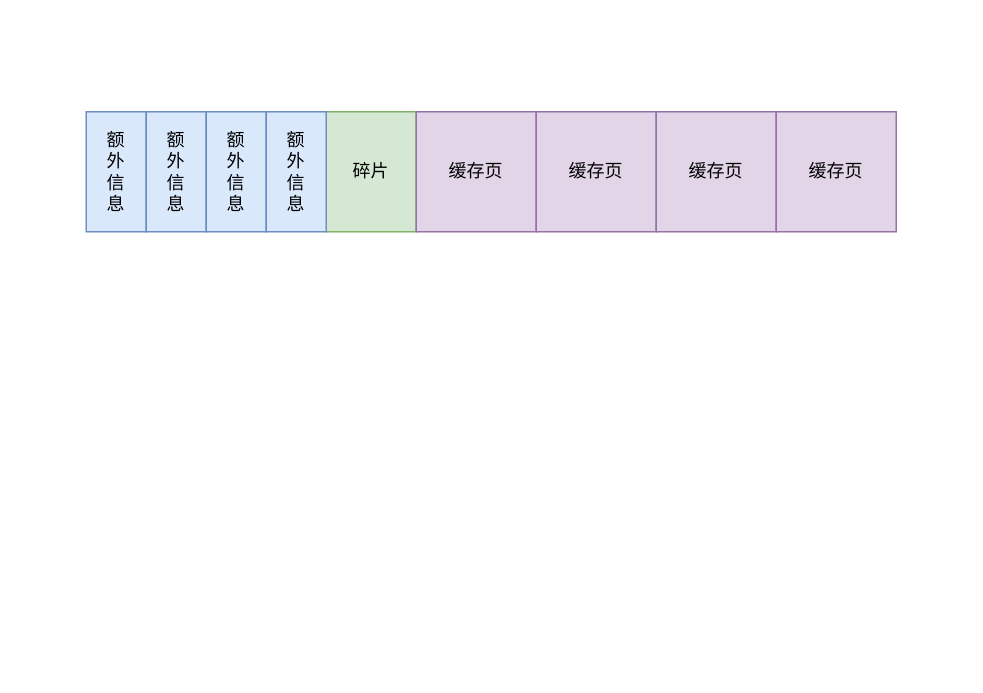
Earlier version of the draw.io diagram InnoDB 的 Buffer Pool/InnoDB 的 Buffer Pool.drawio (zero-97/picture-of-the-article). Source tidied: cells renumbered, new cells numbered last; positions are measured from the earlier drawing's top-left corner, leaving out a move shared by most shapes. Both pictures are drawn from the tidied source at 150%, with x=0, y=0 at pixel (86, 111).
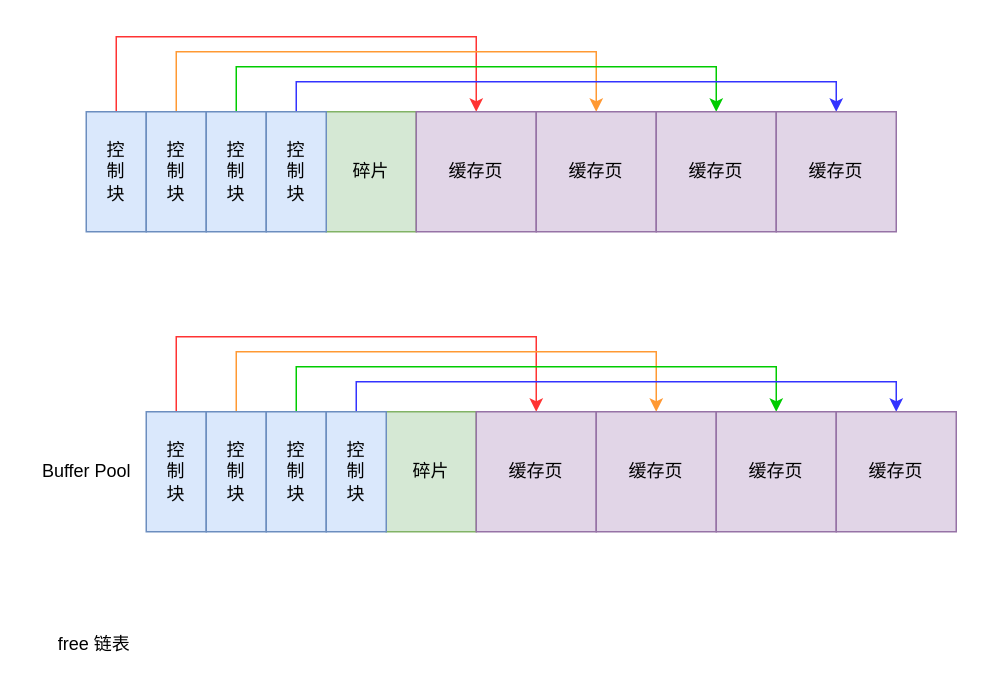
The same page after the edit.

Unchanged cells that the change refers to:
```xml
<mxCell id="7" value="缓存页" style="rounded=0;whiteSpace=wrap;html=1;fillColor=#e1d5e7;strokeColor=#9673a6;" parent="1" vertex="1">
  <mxGeometry x="220" width="80" height="80" as="geometry" />
</mxCell>
<mxCell id="8" value="缓存页" style="rounded=0;whiteSpace=wrap;html=1;fillColor=#e1d5e7;strokeColor=#9673a6;" parent="1" vertex="1">
  <mxGeometry x="300" width="80" height="80" as="geometry" />
</mxCell>
<mxCell id="9" value="缓存页" style="rounded=0;whiteSpace=wrap;html=1;fillColor=#e1d5e7;strokeColor=#9673a6;" parent="1" vertex="1">
  <mxGeometry x="380" width="80" height="80" as="geometry" />
</mxCell>
<mxCell id="10" value="缓存页" style="rounded=0;whiteSpace=wrap;html=1;fillColor=#e1d5e7;strokeColor=#9673a6;" parent="1" vertex="1">
  <mxGeometry x="460" width="80" height="80" as="geometry" />
</mxCell>
```

Change to the diagram source:
```diff
@@
+    <mxCell id="11" style="edgeStyle=orthogonalEdgeStyle;rounded=0;jettySize=auto;html=1;entryX=0.5;entryY=0;entryDx=0;entryDy=0;strokeColor=#FF3333;" parent="1" edge="1" source="2" target="7">
+      <mxGeometry relative="1" as="geometry">
+        <Array as="points">
+          <mxPoint x="20" y="-50" />
+          <mxPoint x="260" y="-50" />
+        </Array>
+      </mxGeometry>
+    </mxCell>
-    <mxCell id="2" value="额&lt;br&gt;外&lt;br&gt;信&lt;br&gt;息" style="rounded=0;whiteSpace=wrap;html=1;fillColor=#dae8fc;strokeColor=#6c8ebf;" parent="1" vertex="1">
+    <mxCell id="2" value="控&lt;br&gt;制&lt;br&gt;块" style="rounded=0;whiteSpace=wrap;html=1;fillColor=#dae8fc;strokeColor=#6c8ebf;" parent="1" vertex="1">
       <mxGeometry width="40" height="80" as="geometry" />
     </mxCell>
+    <mxCell id="12" style="edgeStyle=orthogonalEdgeStyle;rounded=0;jettySize=auto;html=1;entryX=0.5;entryY=0;entryDx=0;entryDy=0;strokeColor=#FF9933;" parent="1" edge="1" source="3" target="8">
+      <mxGeometry relative="1" as="geometry">
+        <Array as="points">
+          <mxPoint x="60" y="-40" />
+          <mxPoint x="340" y="-40" />
+        </Array>
+      </mxGeometry>
+    </mxCell>
-    <mxCell id="3" value="额&lt;br&gt;外&lt;br&gt;信&lt;br&gt;息" style="rounded=0;whiteSpace=wrap;html=1;fillColor=#dae8fc;strokeColor=#6c8ebf;" parent="1" vertex="1">
+    <mxCell id="3" value="控&lt;br&gt;制&lt;br&gt;块" style="rounded=0;whiteSpace=wrap;html=1;fillColor=#dae8fc;strokeColor=#6c8ebf;" parent="1" vertex="1">
       <mxGeometry x="40" width="40" height="80" as="geometry" />
     </mxCell>
+    <mxCell id="13" style="edgeStyle=orthogonalEdgeStyle;rounded=0;jettySize=auto;html=1;entryX=0.5;entryY=0;entryDx=0;entryDy=0;strokeColor=#00CC00;" parent="1" edge="1" source="4" target="9">
+      <mxGeometry relative="1" as="geometry">
+        <Array as="points">
+          <mxPoint x="100" y="-30" />
+          <mxPoint x="420" y="-30" />
+        </Array>
+      </mxGeometry>
+    </mxCell>
-    <mxCell id="4" value="额&lt;br&gt;外&lt;br&gt;信&lt;br&gt;息" style="rounded=0;whiteSpace=wrap;html=1;fillColor=#dae8fc;strokeColor=#6c8ebf;" parent="1" vertex="1">
+    <mxCell id="4" value="控&lt;br&gt;制&lt;br&gt;块" style="rounded=0;whiteSpace=wrap;html=1;fillColor=#dae8fc;strokeColor=#6c8ebf;" parent="1" vertex="1">
       <mxGeometry x="80" width="40" height="80" as="geometry" />
     </mxCell>
@@
+    <mxCell id="14" style="edgeStyle=orthogonalEdgeStyle;rounded=0;jettySize=auto;html=1;entryX=0.5;entryY=0;entryDx=0;entryDy=0;strokeColor=#3333FF;" parent="1" edge="1" source="6" target="10">
+      <mxGeometry relative="1" as="geometry">
+        <Array as="points">
+          <mxPoint x="140" y="-20" />
+          <mxPoint x="500" y="-20" />
+        </Array>
+      </mxGeometry>
+    </mxCell>
-    <mxCell id="6" value="额&lt;br&gt;外&lt;br&gt;信&lt;br&gt;息" style="rounded=0;whiteSpace=wrap;html=1;fillColor=#dae8fc;strokeColor=#6c8ebf;" parent="1" vertex="1">
+    <mxCell id="6" value="控&lt;br&gt;制&lt;br&gt;块" style="rounded=0;whiteSpace=wrap;html=1;fillColor=#dae8fc;strokeColor=#6c8ebf;" parent="1" vertex="1">
       <mxGeometry x="120" width="40" height="80" as="geometry" />
     </mxCell>
@@
+    <mxCell id="15" value="Buffer Pool" style="text;html=1;align=center;verticalAlign=middle;strokeColor=none;fillColor=none;" parent="1" vertex="1">
+      <mxGeometry x="-40" y="225" width="80" height="30" as="geometry" />
+    </mxCell>
+    <mxCell id="16" value="free 链表" style="text;html=1;align=center;verticalAlign=middle;strokeColor=none;fillColor=none;" parent="1" vertex="1">
+      <mxGeometry x="-30" y="340" width="70" height="30" as="geometry" />
+    </mxCell>
+    <mxCell id="17" style="edgeStyle=orthogonalEdgeStyle;rounded=0;jettySize=auto;html=1;entryX=0.5;entryY=0;entryDx=0;entryDy=0;strokeColor=#FF3333;" parent="1" edge="1" source="18" target="26">
+      <mxGeometry relative="1" as="geometry">
+        <Array as="points">
+          <mxPoint x="60" y="150" />
+          <mxPoint x="300" y="150" />
+        </Array>
+      </mxGeometry>
+    </mxCell>
+    <mxCell id="18" value="控&lt;br&gt;制&lt;br&gt;块" style="rounded=0;whiteSpace=wrap;html=1;fillColor=#dae8fc;strokeColor=#6c8ebf;" parent="1" vertex="1">
+      <mxGeometry x="40" y="200" width="40" height="80" as="geometry" />
+    </mxCell>
+    <mxCell id="19" style="edgeStyle=orthogonalEdgeStyle;rounded=0;jettySize=auto;html=1;entryX=0.5;entryY=0;entryDx=0;entryDy=0;strokeColor=#FF9933;" parent="1" edge="1" source="20" target="27">
+      <mxGeometry relative="1" as="geometry">
+        <Array as="points">
+          <mxPoint x="100" y="160" />
+          <mxPoint x="380" y="160" />
+        </Array>
+      </mxGeometry>
+    </mxCell>
+    <mxCell id="20" value="控&lt;br&gt;制&lt;br&gt;块" style="rounded=0;whiteSpace=wrap;html=1;fillColor=#dae8fc;strokeColor=#6c8ebf;" parent="1" vertex="1">
+      <mxGeometry x="80" y="200" width="40" height="80" as="geometry" />
+    </mxCell>
+    <mxCell id="21" style="edgeStyle=orthogonalEdgeStyle;rounded=0;jettySize=auto;html=1;entryX=0.5;entryY=0;entryDx=0;entryDy=0;strokeColor=#00CC00;" parent="1" edge="1" source="22" target="28">
+      <mxGeometry relative="1" as="geometry">
+        <Array as="points">
+          <mxPoint x="140" y="170" />
+          <mxPoint x="460" y="170" />
+        </Array>
+      </mxGeometry>
+    </mxCell>
+    <mxCell id="22" value="控&lt;br&gt;制&lt;br&gt;块" style="rounded=0;whiteSpace=wrap;html=1;fillColor=#dae8fc;strokeColor=#6c8ebf;" parent="1" vertex="1">
+      <mxGeometry x="120" y="200" width="40" height="80" as="geometry" />
+    </mxCell>
+    <mxCell id="23" value="碎片" style="rounded=0;whiteSpace=wrap;html=1;fillColor=#d5e8d4;strokeColor=#82b366;" parent="1" vertex="1">
+      <mxGeometry x="200" y="200" width="60" height="80" as="geometry" />
+    </mxCell>
+    <mxCell id="24" style="edgeStyle=orthogonalEdgeStyle;rounded=0;jettySize=auto;html=1;entryX=0.5;entryY=0;entryDx=0;entryDy=0;strokeColor=#3333FF;" parent="1" edge="1" source="25" target="29">
+      <mxGeometry relative="1" as="geometry">
+        <Array as="points">
+          <mxPoint x="180" y="180" />
+          <mxPoint x="540" y="180" />
+        </Array>
+      </mxGeometry>
+    </mxCell>
+    <mxCell id="25" value="控&lt;br&gt;制&lt;br&gt;块" style="rounded=0;whiteSpace=wrap;html=1;fillColor=#dae8fc;strokeColor=#6c8ebf;" parent="1" vertex="1">
+      <mxGeometry x="160" y="200" width="40" height="80" as="geometry" />
+    </mxCell>
+    <mxCell id="26" value="缓存页" style="rounded=0;whiteSpace=wrap;html=1;fillColor=#e1d5e7;strokeColor=#9673a6;" parent="1" vertex="1">
+      <mxGeometry x="260" y="200" width="80" height="80" as="geometry" />
+    </mxCell>
+    <mxCell id="27" value="缓存页" style="rounded=0;whiteSpace=wrap;html=1;fillColor=#e1d5e7;strokeColor=#9673a6;" parent="1" vertex="1">
+      <mxGeometry x="340" y="200" width="80" height="80" as="geometry" />
+    </mxCell>
+    <mxCell id="28" value="缓存页" style="rounded=0;whiteSpace=wrap;html=1;fillColor=#e1d5e7;strokeColor=#9673a6;" parent="1" vertex="1">
+      <mxGeometry x="420" y="200" width="80" height="80" as="geometry" />
+    </mxCell>
+    <mxCell id="29" value="缓存页" style="rounded=0;whiteSpace=wrap;html=1;fillColor=#e1d5e7;strokeColor=#9673a6;" parent="1" vertex="1">
+      <mxGeometry x="500" y="200" width="80" height="80" as="geometry" />
+    </mxCell>
```
